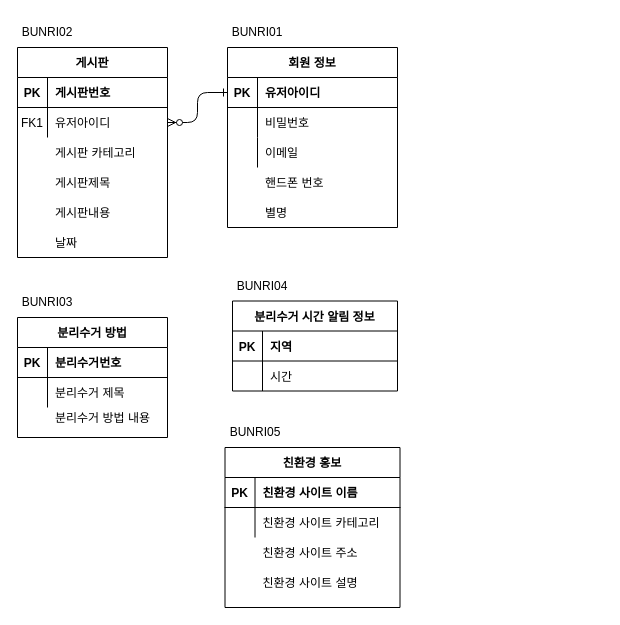
Earlier version of the draw.io diagram page "kor" (2 of 2) of recycleDB.drawio (jgy2808/TERM_Project). Source tidied: cells renumbered, new cells numbered last; positions are measured from the earlier drawing's top-left corner, leaving out a move shared by most shapes. Both pictures are drawn from the tidied source at 100%, with x=0, y=0 at pixel (17, 17).
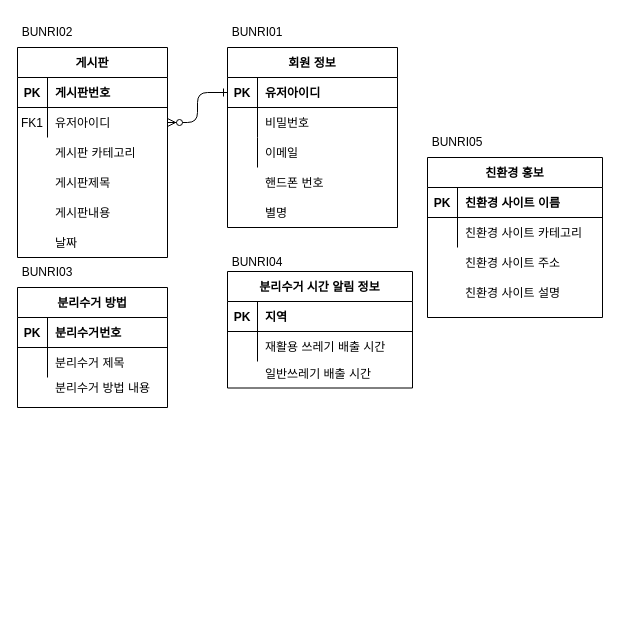
The same page after the edit.

The edit, as a diff of the source:
```diff
@@
     <mxCell id="13" value="분리수거 방법" style="shape=table;startSize=30;childLayout=tableLayout;rowLines=0;fontStyle=1;align=center;" parent="1" vertex="1">
-      <mxGeometry y="300" width="150" height="120" as="geometry" />
+      <mxGeometry y="270" width="150" height="120" as="geometry" />
     </mxCell>
@@
     <mxCell id="31" value="분리수거 방법 내용" style="shape=partialRectangle;overflow=hidden;fillColor=none;top=0;left=0;bottom=0;right=0;align=left;spacingLeft=6;" parent="1" vertex="1">
-      <mxGeometry x="30" y="390" width="120" height="20" as="geometry" />
+      <mxGeometry x="30" y="360" width="120" height="20" as="geometry" />
     </mxCell>
@@
     <mxCell id="33" value="분리수거 시간 알림 정보" style="shape=table;startSize=30;childLayout=tableLayout;rowLines=0;fontStyle=1;align=center;" parent="1" vertex="1">
-      <mxGeometry x="215" y="283.5" width="165" height="90" as="geometry" />
+      <mxGeometry x="210" y="254" width="185" height="116.5" as="geometry" />
     </mxCell>
     <mxCell id="34" style="shape=partialRectangle;fillColor=none;top=0;left=0;right=0;bottom=1;" parent="33" vertex="1">
-      <mxGeometry y="30" width="165" height="30" as="geometry" />
+      <mxGeometry y="30" width="185" height="30" as="geometry" />
     </mxCell>
@@
     <mxCell id="36" value="지역" style="shape=partialRectangle;overflow=hidden;fillColor=none;top=0;left=0;bottom=0;right=0;align=left;spacingLeft=6;fontStyle=1;" parent="34" vertex="1">
-      <mxGeometry x="30" width="135" height="30" as="geometry" />
+      <mxGeometry x="30" width="155" height="30" as="geometry" />
     </mxCell>
     <mxCell id="37" style="shape=partialRectangle;fillColor=none;top=0;left=0;right=0;bottom=0;" parent="33" vertex="1">
-      <mxGeometry y="60" width="165" height="30" as="geometry" />
+      <mxGeometry y="60" width="185" height="30" as="geometry" />
     </mxCell>
@@
-    <mxCell id="39" value="시간" style="shape=partialRectangle;overflow=hidden;fillColor=none;top=0;left=0;bottom=0;right=0;align=left;spacingLeft=6;" parent="37" vertex="1">
-      <mxGeometry x="30" width="135" height="30" as="geometry" />
+    <mxCell id="39" value="재활용 쓰레기 배출 시간" style="shape=partialRectangle;overflow=hidden;fillColor=none;top=0;left=0;bottom=0;right=0;align=left;spacingLeft=6;" parent="37" vertex="1">
+      <mxGeometry x="30" width="155" height="30" as="geometry" />
     </mxCell>
@@
     <mxCell id="42" value="BUNRI04" style="text;html=1;strokeColor=none;fillColor=none;align=center;verticalAlign=middle;whiteSpace=wrap;rounded=0;" parent="1" vertex="1">
-      <mxGeometry x="215" y="253.5" width="60" height="30" as="geometry" />
+      <mxGeometry x="210" y="230" width="60" height="30" as="geometry" />
     </mxCell>
     <mxCell id="43" value="BUNRI03" style="text;html=1;strokeColor=none;fillColor=none;align=center;verticalAlign=middle;whiteSpace=wrap;rounded=0;" parent="1" vertex="1">
-      <mxGeometry y="270" width="60" height="30" as="geometry" />
+      <mxGeometry y="240" width="60" height="30" as="geometry" />
     </mxCell>
@@
     <mxCell id="45" value="친환경 홍보" style="shape=table;startSize=30;childLayout=tableLayout;rowLines=0;fontStyle=1;align=center;" parent="1" vertex="1">
-      <mxGeometry x="207.5" y="430" width="175" height="160" as="geometry" />
+      <mxGeometry x="410" y="140" width="175" height="160" as="geometry" />
     </mxCell>
@@
     <mxCell id="52" value="BUNRI05" style="text;html=1;strokeColor=none;fillColor=none;align=center;verticalAlign=middle;whiteSpace=wrap;rounded=0;" parent="1" vertex="1">
-      <mxGeometry x="207.5" y="400" width="60" height="30" as="geometry" />
+      <mxGeometry x="410" y="110" width="60" height="30" as="geometry" />
     </mxCell>
     <mxCell id="53" value="친환경 사이트 주소" style="shape=partialRectangle;overflow=hidden;fillColor=none;top=0;left=0;bottom=0;right=0;align=left;spacingLeft=6;" parent="1" vertex="1">
-      <mxGeometry x="237.5" y="520" width="120" height="30" as="geometry" />
+      <mxGeometry x="440" y="230" width="120" height="30" as="geometry" />
     </mxCell>
     <mxCell id="54" value="친환경 사이트 설명" style="shape=partialRectangle;overflow=hidden;fillColor=none;top=0;left=0;bottom=0;right=0;align=left;spacingLeft=6;" parent="1" vertex="1">
-      <mxGeometry x="237.5" y="550" width="120" height="30" as="geometry" />
+      <mxGeometry x="440" y="260" width="120" height="30" as="geometry" />
     </mxCell>
+    <mxCell id="55" value="일반쓰레기 배출 시간" style="shape=partialRectangle;overflow=hidden;fillColor=none;top=0;left=0;bottom=0;right=0;align=left;spacingLeft=6;" parent="1" vertex="1">
+      <mxGeometry x="240" y="340.5" width="135" height="30" as="geometry" />
+    </mxCell>
```
